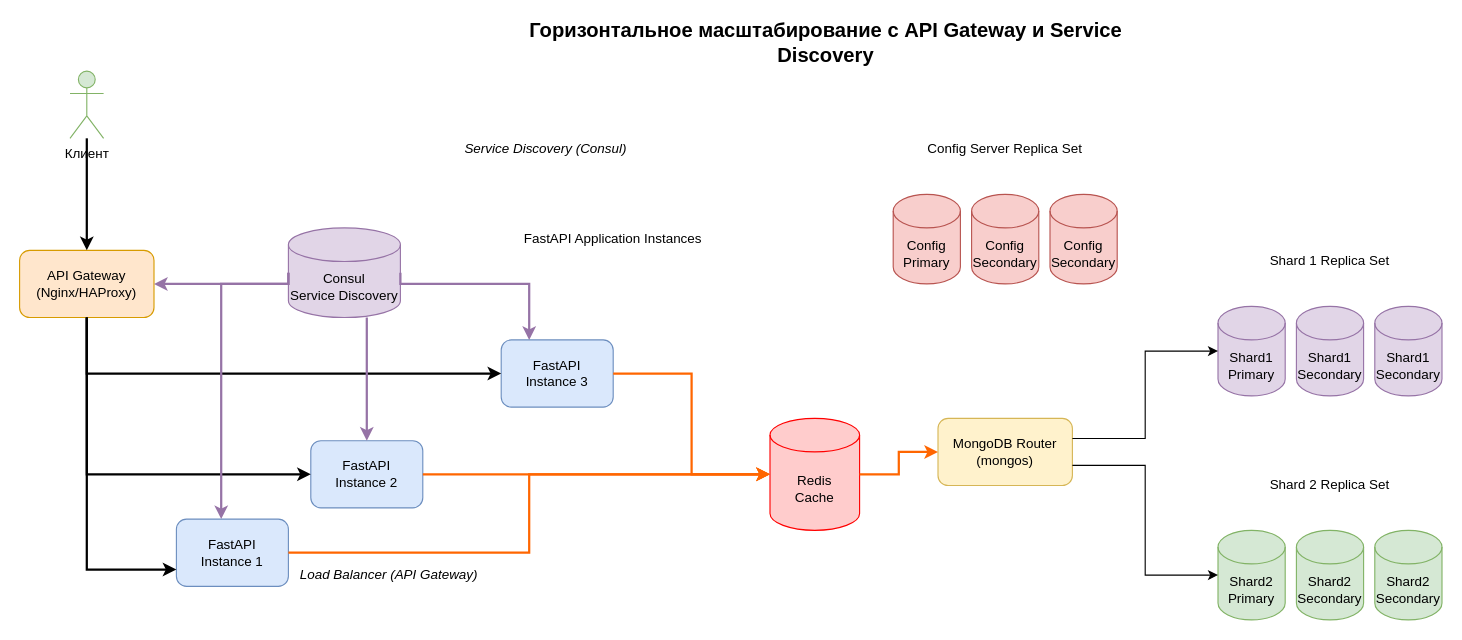
This is task1_scaling_backup.drawio from practicumstudent2025/architecture-black_friday, a draw.io file, before an edit. Source tidied: cells renumbered, new cells numbered last; positions are measured from the earlier drawing's top-left corner, leaving out a move shared by most shapes. Both pictures are drawn from the tidied source at 112%, with x=0, y=0 at pixel (19, 26).
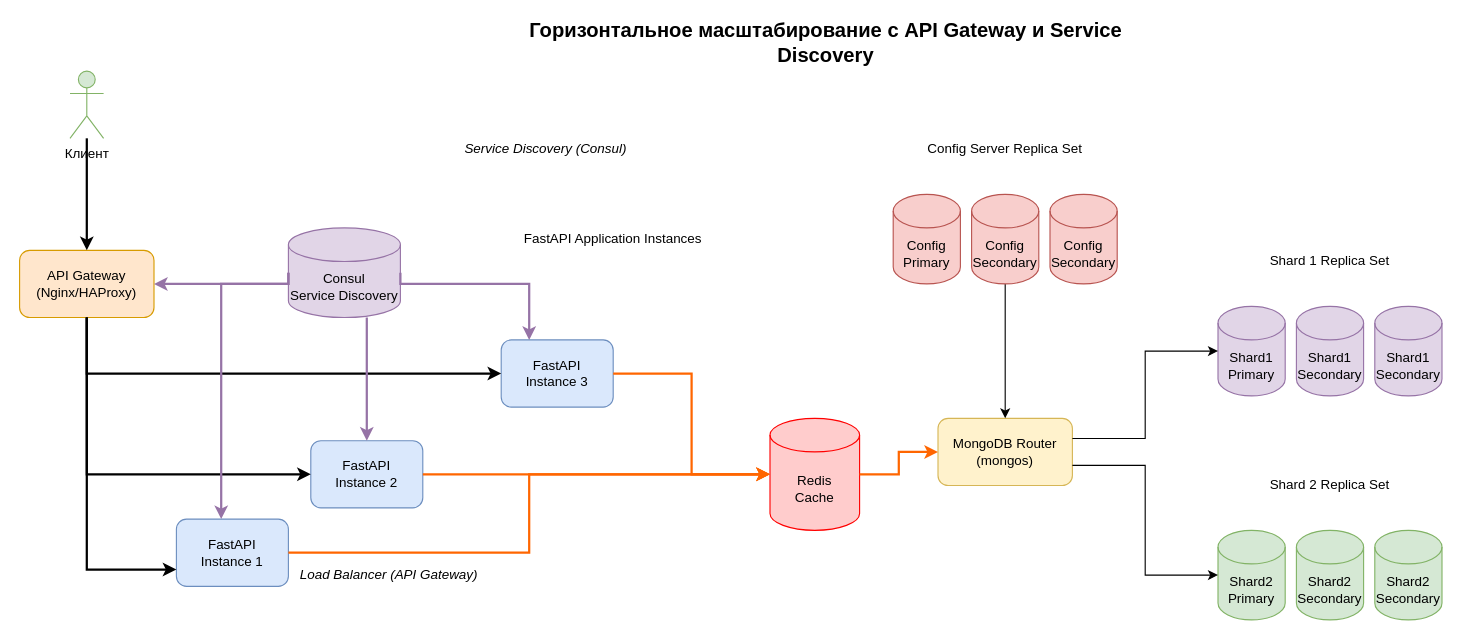
The same page after the edit.

Commit message:
Update scaling backup diagram

Unchanged cells that the change refers to:
```xml
<mxCell id="9" value="MongoDB Router&lt;br&gt;(mongos)" style="rounded=1;whiteSpace=wrap;html=1;fillColor=#fff2cc;strokeColor=#d6b656;" parent="1" vertex="1">
  <mxGeometry x="820" y="350" width="120" height="60" as="geometry" />
</mxCell>
<mxCell id="11" value="Config&lt;br&gt;Secondary" style="shape=cylinder3;whiteSpace=wrap;html=1;boundedLbl=1;backgroundOutline=1;size=15;fillColor=#f8cecc;strokeColor=#b85450;" parent="1" vertex="1">
  <mxGeometry x="850" y="150" width="60" height="80" as="geometry" />
</mxCell>
```

The edit, as a diff of the source:
```diff
@@
+    <mxCell id="40" style="edgeStyle=none;html=1;" parent="1" edge="1" source="11" target="9">
+      <mxGeometry relative="1" as="geometry" />
+    </mxCell>
```
